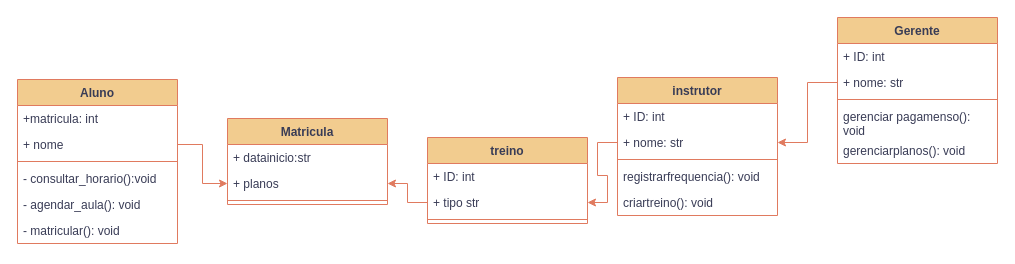
Before: page "GYM" (11 of 14) of Diagrama sem nome.drawio in Anthony-zzz/diagramasderequisitos, a draw.io diagram. Source tidied: cells renumbered, new cells numbered last; positions are measured from the earlier drawing's top-left corner, leaving out a move shared by most shapes. Both pictures are drawn from the tidied source at 100%, with x=0, y=0 at pixel (17, 17).
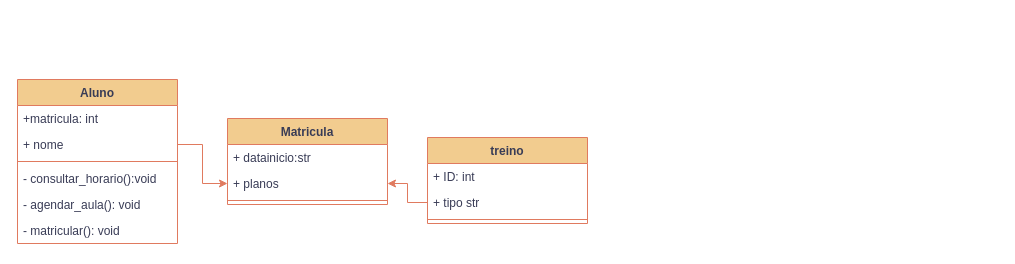
Above is the later version.

The change refers to these unchanged cells:
```xml
<mxCell id="15" value="+ tipo str" style="text;strokeColor=none;fillColor=none;align=left;verticalAlign=top;spacingLeft=4;spacingRight=4;overflow=hidden;points=[[0,0.5],[1,0.5]];portConstraint=eastwest;whiteSpace=wrap;html=1;fontColor=#393C56;" parent="13" vertex="1">
  <mxGeometry y="52" width="160" height="26" as="geometry" />
</mxCell>
```

What changed in the source:
```diff
@@
-    <mxCell id="17" value="instrutor" style="swimlane;fontStyle=1;align=center;verticalAlign=top;horizontal=1;startSize=26;whiteSpace=wrap;html=1;strokeColor=#E07A5F;fontColor=#393C56;fillColor=#F2CC8F;" parent="1" vertex="1">
-      <mxGeometry x="600" y="60" width="160" height="138" as="geometry" />
-    </mxCell>
-    <mxCell id="18" value="+ ID: int" style="text;strokeColor=none;fillColor=none;align=left;verticalAlign=top;spacingLeft=4;spacingRight=4;overflow=hidden;whiteSpace=wrap;html=1;fontColor=#393C56;" parent="17" vertex="1">
-      <mxGeometry y="26" width="160" height="26" as="geometry" />
-    </mxCell>
-    <mxCell id="19" value="+ nome: str" style="text;strokeColor=none;fillColor=none;align=left;verticalAlign=top;spacingLeft=4;spacingRight=4;overflow=hidden;points=[[0,0.5],[1,0.5]];portConstraint=eastwest;whiteSpace=wrap;html=1;fontColor=#393C56;" parent="17" vertex="1">
-      <mxGeometry y="52" width="160" height="26" as="geometry" />
-    </mxCell>
-    <mxCell id="20" style="line;strokeWidth=1;fillColor=none;align=left;verticalAlign=middle;spacingTop=-1;spacingLeft=3;spacingRight=3;labelPosition=right;strokeColor=inherit;fontColor=#393C56;" parent="17" vertex="1">
-      <mxGeometry y="78" width="160" height="8" as="geometry" />
-    </mxCell>
-    <mxCell id="21" value="registrarfrequencia(): void" style="text;strokeColor=none;fillColor=none;align=left;verticalAlign=top;spacingLeft=4;spacingRight=4;overflow=hidden;whiteSpace=wrap;html=1;fontColor=#393C56;" parent="17" vertex="1">
-      <mxGeometry y="86" width="160" height="26" as="geometry" />
-    </mxCell>
-    <mxCell id="22" value="criartreino(): void" style="text;strokeColor=none;fillColor=none;align=left;verticalAlign=top;spacingLeft=4;spacingRight=4;overflow=hidden;whiteSpace=wrap;html=1;fontColor=#393C56;" parent="17" vertex="1">
-      <mxGeometry y="112" width="160" height="26" as="geometry" />
-    </mxCell>
-    <mxCell id="23" value="Gerente" style="swimlane;fontStyle=1;align=center;verticalAlign=top;horizontal=1;startSize=26;whiteSpace=wrap;html=1;strokeColor=#E07A5F;fontColor=#393C56;fillColor=#F2CC8F;" parent="1" vertex="1">
-      <mxGeometry x="820" width="160" height="146" as="geometry" />
-    </mxCell>
-    <mxCell id="24" value="+ ID: int" style="text;strokeColor=none;fillColor=none;align=left;verticalAlign=top;spacingLeft=4;spacingRight=4;overflow=hidden;whiteSpace=wrap;html=1;fontColor=#393C56;" parent="23" vertex="1">
-      <mxGeometry y="26" width="160" height="26" as="geometry" />
-    </mxCell>
-    <mxCell id="25" value="+ nome: str" style="text;strokeColor=none;fillColor=none;align=left;verticalAlign=top;spacingLeft=4;spacingRight=4;overflow=hidden;points=[[0,0.5],[1,0.5]];portConstraint=eastwest;whiteSpace=wrap;html=1;fontColor=#393C56;" parent="23" vertex="1">
-      <mxGeometry y="52" width="160" height="26" as="geometry" />
-    </mxCell>
-    <mxCell id="26" style="line;strokeWidth=1;fillColor=none;align=left;verticalAlign=middle;spacingTop=-1;spacingLeft=3;spacingRight=3;labelPosition=right;strokeColor=inherit;fontColor=#393C56;" parent="23" vertex="1">
-      <mxGeometry y="78" width="160" height="8" as="geometry" />
-    </mxCell>
-    <mxCell id="27" value="gerenciar pagamenso(): void" style="text;strokeColor=none;fillColor=none;align=left;verticalAlign=top;spacingLeft=4;spacingRight=4;overflow=hidden;whiteSpace=wrap;html=1;fontColor=#393C56;" parent="23" vertex="1">
-      <mxGeometry y="86" width="160" height="34" as="geometry" />
-    </mxCell>
-    <mxCell id="28" value="gerenciarplanos(): void" style="text;strokeColor=none;fillColor=none;align=left;verticalAlign=top;spacingLeft=4;spacingRight=4;overflow=hidden;whiteSpace=wrap;html=1;fontColor=#393C56;" parent="23" vertex="1">
-      <mxGeometry y="120" width="160" height="26" as="geometry" />
-    </mxCell>
-    <mxCell id="29" style="edgeStyle=orthogonalEdgeStyle;rounded=0;jettySize=auto;html=1;exitX=0;exitY=0.5;exitDx=0;exitDy=0;entryX=1;entryY=0.5;entryDx=0;entryDy=0;strokeColor=#E07A5F;fontColor=#393C56;fillColor=#F2CC8F;" parent="1" edge="1" source="25" target="19">
-      <mxGeometry relative="1" as="geometry" />
-    </mxCell>
-    <mxCell id="30" style="edgeStyle=orthogonalEdgeStyle;rounded=0;jettySize=auto;html=1;exitX=0;exitY=0.5;exitDx=0;exitDy=0;entryX=1;entryY=0.5;entryDx=0;entryDy=0;strokeColor=#E07A5F;fontColor=#393C56;fillColor=#F2CC8F;" parent="1" edge="1" source="19" target="15">
-      <mxGeometry relative="1" as="geometry" />
-    </mxCell>
```
